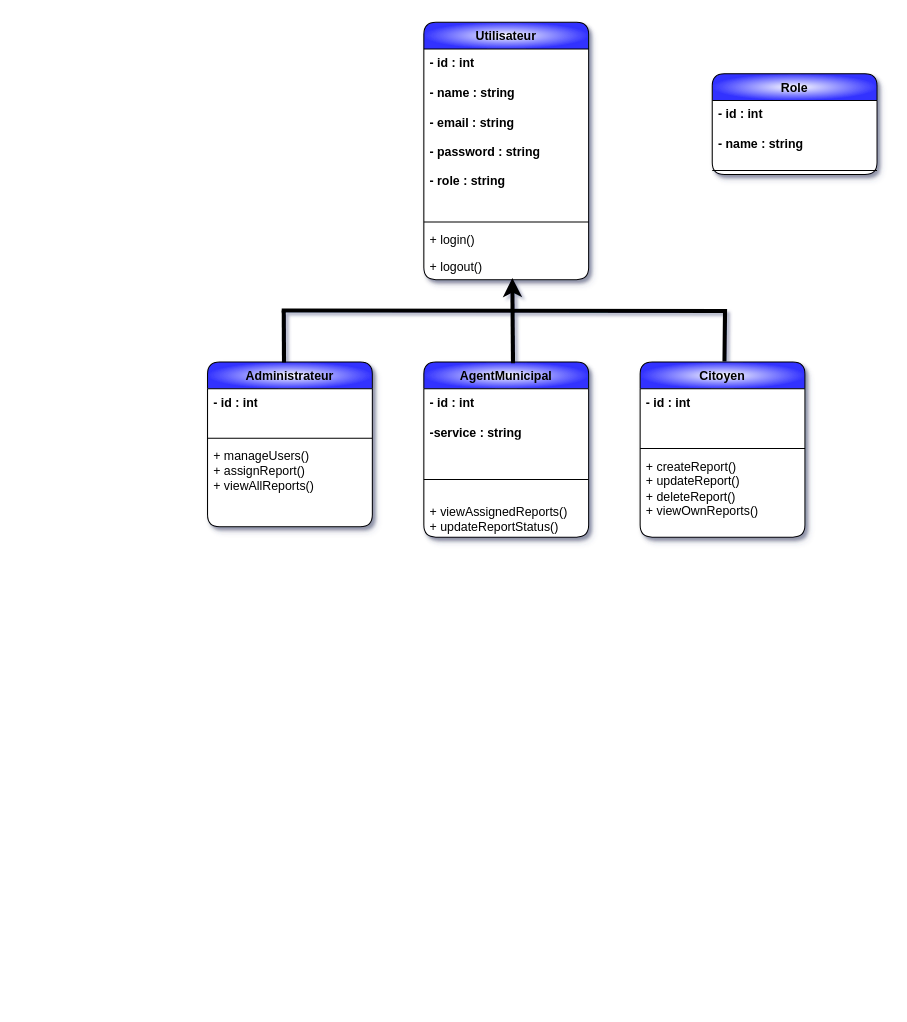
This is Diagramme sans nom.drawio from AyoubKhaoua/-Syst-me-de-Paiement-Orient-Objet, a draw.io file, before an edit. Source tidied: cells renumbered, new cells numbered last; positions are measured from the earlier drawing's top-left corner, leaving out a move shared by most shapes. Both pictures are drawn from the tidied source at 103%, with x=0, y=0 at pixel (207, 22).
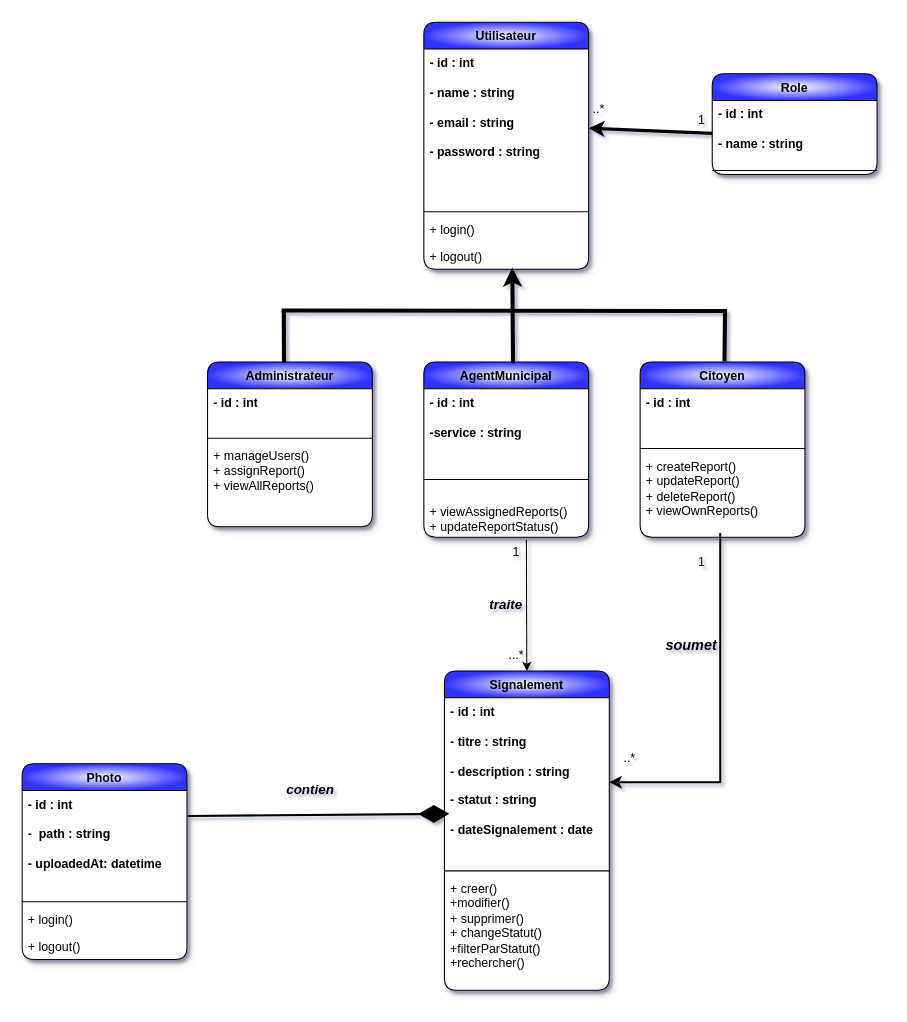
After the change.

The change refers to these unchanged cells:
```xml
<mxCell id="8" value="&lt;b&gt;- id : int&lt;/b&gt;&lt;div&gt;&lt;b&gt;&lt;br&gt;- name : string&lt;/b&gt;&lt;/div&gt;&lt;div&gt;&lt;br&gt;&lt;/div&gt;" style="text;strokeColor=none;fillColor=none;align=left;verticalAlign=top;spacingLeft=4;spacingRight=4;overflow=hidden;points=[[0,0.5],[1,0.5]];portConstraint=eastwest;whiteSpace=wrap;html=1;" parent="7" vertex="1">
  <mxGeometry y="26" width="160" height="64" as="geometry" />
</mxCell>
<mxCell id="13" value="+ createReport()&lt;br&gt;+ updateReport()&lt;br&gt;+ deleteReport()&lt;br&gt;+ viewOwnReports()" style="text;strokeColor=none;fillColor=none;align=left;verticalAlign=top;spacingLeft=4;spacingRight=4;overflow=hidden;points=[[0,0.5],[1,0.5]];portConstraint=eastwest;whiteSpace=wrap;html=1;" parent="10" vertex="1">
  <mxGeometry y="88" width="160" height="82" as="geometry" />
</mxCell>
<mxCell id="17" value="&lt;br&gt;+ viewAssignedReports()&lt;br&gt;+ updateReportStatus()" style="text;strokeColor=none;fillColor=none;align=left;verticalAlign=top;spacingLeft=4;spacingRight=4;overflow=hidden;points=[[0,0.5],[1,0.5]];portConstraint=eastwest;whiteSpace=wrap;html=1;" parent="14" vertex="1">
  <mxGeometry y="118" width="160" height="52" as="geometry" />
</mxCell>
```

What changed in the source:
```diff
@@
     <mxCell id="2" value="Utilisateur" style="swimlane;fontStyle=1;align=center;verticalAlign=top;horizontal=1;startSize=26;whiteSpace=wrap;html=1;rounded=1;shadow=1;gradientColor=#3333FF;swimlaneFillColor=default;gradientDirection=radial;" parent="1" vertex="1">
-      <mxGeometry x="210" width="160" height="250" as="geometry" />
+      <mxGeometry x="210" width="160" height="240" as="geometry" />
     </mxCell>
-    <mxCell id="3" value="&lt;b&gt;- id : int&lt;/b&gt;&lt;div&gt;&lt;b&gt;&lt;br&gt;- name : string&lt;/b&gt;&lt;/div&gt;&lt;div&gt;&lt;b&gt;&lt;br&gt;- email : string&lt;/b&gt;&lt;/div&gt;&lt;div&gt;&lt;b&gt;&lt;br&gt;- password : string&lt;/b&gt;&lt;/div&gt;&lt;div&gt;&lt;b&gt;&lt;br&gt;- role : string&lt;/b&gt;&lt;/div&gt;" style="text;strokeColor=none;fillColor=none;align=left;verticalAlign=top;spacingLeft=4;spacingRight=4;overflow=hidden;points=[[0,0.5],[1,0.5]];portConstraint=eastwest;whiteSpace=wrap;html=1;" parent="2" vertex="1">
-      <mxGeometry y="26" width="160" height="164" as="geometry" />
+    <mxCell id="3" value="&lt;b&gt;- id : int&lt;/b&gt;&lt;div&gt;&lt;b&gt;&lt;br&gt;- name : string&lt;/b&gt;&lt;/div&gt;&lt;div&gt;&lt;b&gt;&lt;br&gt;- email : string&lt;/b&gt;&lt;/div&gt;&lt;div&gt;&lt;b&gt;&lt;br&gt;- password : string&lt;/b&gt;&lt;/div&gt;" style="text;strokeColor=none;fillColor=none;align=left;verticalAlign=top;spacingLeft=4;spacingRight=4;overflow=hidden;points=[[0,0.5],[1,0.5]];portConstraint=eastwest;whiteSpace=wrap;html=1;" parent="2" vertex="1">
+      <mxGeometry y="26" width="160" height="154" as="geometry" />
     </mxCell>
     <mxCell id="4" style="line;strokeWidth=1;fillColor=none;align=left;verticalAlign=middle;spacingTop=-1;spacingLeft=3;spacingRight=3;labelPosition=right;strokeColor=inherit;" parent="2" vertex="1">
-      <mxGeometry y="190" width="160" height="8" as="geometry" />
+      <mxGeometry y="180" width="160" height="8" as="geometry" />
     </mxCell>
     <mxCell id="5" value="+ login()" style="text;strokeColor=none;fillColor=none;align=left;verticalAlign=top;spacingLeft=4;spacingRight=4;overflow=hidden;whiteSpace=wrap;html=1;" parent="2" vertex="1">
-      <mxGeometry y="198" width="160" height="26" as="geometry" />
+      <mxGeometry y="188" width="160" height="26" as="geometry" />
     </mxCell>
     <mxCell id="6" value="+ logout()" style="text;strokeColor=none;fillColor=none;align=left;verticalAlign=top;spacingLeft=4;spacingRight=4;overflow=hidden;points=[[0,0.5],[1,0.5]];portConstraint=eastwest;whiteSpace=wrap;html=1;" parent="2" vertex="1">
-      <mxGeometry y="224" width="160" height="26" as="geometry" />
+      <mxGeometry y="214" width="160" height="26" as="geometry" />
     </mxCell>
@@
+    <mxCell id="25" value="Signalement" style="swimlane;fontStyle=1;align=center;verticalAlign=top;horizontal=1;startSize=26;whiteSpace=wrap;html=1;rounded=1;shadow=1;gradientColor=#3333FF;swimlaneFillColor=default;gradientDirection=radial;" parent="1" vertex="1">
+      <mxGeometry x="230" y="630" width="160" height="310" as="geometry" />
+    </mxCell>
+    <mxCell id="26" value="&lt;b&gt;- id : int&lt;/b&gt;&lt;div&gt;&lt;b&gt;&lt;br&gt;- titre : string&lt;/b&gt;&lt;/div&gt;&lt;div&gt;&lt;b&gt;&lt;br&gt;- description : string&lt;/b&gt;&lt;/div&gt;&lt;div&gt;&lt;b&gt;&lt;br&gt;- statut : string&lt;/b&gt;&lt;/div&gt;&lt;div&gt;&lt;b&gt;&lt;br&gt;- dateSignalement : date&lt;/b&gt;&lt;/div&gt;&lt;div&gt;&lt;b&gt;&lt;br&gt;&lt;/b&gt;&lt;/div&gt;&lt;div&gt;&lt;b&gt;&lt;br&gt;&lt;/b&gt;&lt;/div&gt;" style="text;strokeColor=none;fillColor=none;align=left;verticalAlign=top;spacingLeft=4;spacingRight=4;overflow=hidden;points=[[0,0.5],[1,0.5]];portConstraint=eastwest;whiteSpace=wrap;html=1;" parent="25" vertex="1">
+      <mxGeometry y="26" width="160" height="164" as="geometry" />
+    </mxCell>
+    <mxCell id="27" style="line;strokeWidth=1;fillColor=none;align=left;verticalAlign=middle;spacingTop=-1;spacingLeft=3;spacingRight=3;labelPosition=right;strokeColor=inherit;" parent="25" vertex="1">
+      <mxGeometry y="190" width="160" height="8" as="geometry" />
+    </mxCell>
+    <mxCell id="28" value="+ creer()&lt;div&gt;+modifier()&lt;/div&gt;&lt;div&gt;+ supprimer()&lt;br&gt;+ changeStatut()&lt;br&gt;+filterParStatut()&lt;br&gt;+rechercher()&lt;/div&gt;" style="text;strokeColor=none;fillColor=none;align=left;verticalAlign=top;spacingLeft=4;spacingRight=4;overflow=hidden;whiteSpace=wrap;html=1;" parent="25" vertex="1">
+      <mxGeometry y="198" width="160" height="112" as="geometry" />
+    </mxCell>
+    <mxCell id="29" value="Photo" style="swimlane;fontStyle=1;align=center;verticalAlign=top;horizontal=1;startSize=26;whiteSpace=wrap;html=1;rounded=1;shadow=1;gradientColor=#3333FF;swimlaneFillColor=default;gradientDirection=radial;" parent="1" vertex="1">
+      <mxGeometry x="-180" y="720" width="160" height="190" as="geometry" />
+    </mxCell>
+    <mxCell id="30" value="&lt;b&gt;- id : int&lt;/b&gt;&lt;div&gt;&lt;b&gt;&lt;br&gt;-&amp;nbsp; path : string&lt;/b&gt;&lt;/div&gt;&lt;div&gt;&lt;b&gt;&lt;br&gt;- uploadedAt: datetime&lt;/b&gt;&lt;/div&gt;&lt;div&gt;&lt;b&gt;&lt;br&gt;&lt;/b&gt;&lt;/div&gt;" style="text;strokeColor=none;fillColor=none;align=left;verticalAlign=top;spacingLeft=4;spacingRight=4;overflow=hidden;points=[[0,0.5],[1,0.5]];portConstraint=eastwest;whiteSpace=wrap;html=1;" parent="29" vertex="1">
+      <mxGeometry y="26" width="160" height="104" as="geometry" />
+    </mxCell>
+    <mxCell id="31" style="line;strokeWidth=1;fillColor=none;align=left;verticalAlign=middle;spacingTop=-1;spacingLeft=3;spacingRight=3;labelPosition=right;strokeColor=inherit;" parent="29" vertex="1">
+      <mxGeometry y="130" width="160" height="8" as="geometry" />
+    </mxCell>
+    <mxCell id="32" value="+ login()" style="text;strokeColor=none;fillColor=none;align=left;verticalAlign=top;spacingLeft=4;spacingRight=4;overflow=hidden;whiteSpace=wrap;html=1;" parent="29" vertex="1">
+      <mxGeometry y="138" width="160" height="26" as="geometry" />
+    </mxCell>
+    <mxCell id="33" value="+ logout()" style="text;strokeColor=none;fillColor=none;align=left;verticalAlign=top;spacingLeft=4;spacingRight=4;overflow=hidden;whiteSpace=wrap;html=1;" parent="29" vertex="1">
+      <mxGeometry y="164" width="160" height="26" as="geometry" />
+    </mxCell>
+    <mxCell id="34" style="endArrow=classic;html=1;rounded=0;entryX=1;entryY=0.5;entryDx=0;entryDy=0;exitX=0.486;exitY=0.951;exitDx=0;exitDy=0;edgeStyle=orthogonalEdgeStyle;strokeWidth=2;exitPerimeter=0;" parent="1" edge="1" source="13" target="26">
+      <mxGeometry relative="1" as="geometry">
+        <Array as="points">
+          <mxPoint x="498" y="738" />
+        </Array>
+      </mxGeometry>
+    </mxCell>
+    <mxCell id="35" value="&lt;b&gt;&lt;i&gt;&lt;font style=&quot;font-size: 14px;&quot;&gt;soumet&lt;/font&gt;&lt;/i&gt;&lt;/b&gt;" style="text;html=1;whiteSpace=wrap;strokeColor=none;fillColor=none;align=center;verticalAlign=middle;rounded=0;" parent="1" vertex="1">
+      <mxGeometry x="440" y="590" width="60" height="30" as="geometry" />
+    </mxCell>
+    <mxCell id="36" value="1" style="text;html=1;whiteSpace=wrap;strokeColor=none;fillColor=none;align=center;verticalAlign=middle;rounded=0;" parent="1" vertex="1">
+      <mxGeometry x="450" y="510" width="60" height="30" as="geometry" />
+    </mxCell>
+    <mxCell id="37" value="..*" style="text;html=1;whiteSpace=wrap;strokeColor=none;fillColor=none;align=center;verticalAlign=middle;rounded=0;" parent="1" vertex="1">
+      <mxGeometry x="380" y="700" width="60" height="30" as="geometry" />
+    </mxCell>
+    <mxCell id="38" style="endArrow=classic;html=1;rounded=0;entryX=0.5;entryY=0;entryDx=0;entryDy=0;exitX=0.622;exitY=1.053;exitDx=0;exitDy=0;exitPerimeter=0;" parent="1" edge="1" source="17" target="25">
+      <mxGeometry relative="1" as="geometry" />
+    </mxCell>
+    <mxCell id="39" value="&lt;b&gt;&lt;i&gt;&lt;font style=&quot;font-size: 13px;&quot;&gt;traite&lt;/font&gt;&lt;/i&gt;&lt;/b&gt;" style="text;html=1;whiteSpace=wrap;strokeColor=none;fillColor=none;align=center;verticalAlign=middle;rounded=0;" parent="1" vertex="1">
+      <mxGeometry x="260" y="550" width="60" height="30" as="geometry" />
+    </mxCell>
+    <mxCell id="40" value="1" style="text;html=1;whiteSpace=wrap;strokeColor=none;fillColor=none;align=center;verticalAlign=middle;rounded=0;" parent="1" vertex="1">
+      <mxGeometry x="270" y="500" width="60" height="30" as="geometry" />
+    </mxCell>
+    <mxCell id="41" value="...*" style="text;html=1;whiteSpace=wrap;strokeColor=none;fillColor=none;align=center;verticalAlign=middle;rounded=0;" parent="1" vertex="1">
+      <mxGeometry x="270" y="600" width="60" height="30" as="geometry" />
+    </mxCell>
+    <mxCell id="42" value="&lt;ul class=&quot;method-list&quot; style=&quot;box-sizing: border-box; margin: 0px; padding: 0.4rem 0px; list-style: none; font-family: &amp;quot;Space Mono&amp;quot;, monospace; font-size: medium; text-align: start;&quot;&gt;&lt;li style=&quot;box-sizing: border-box; margin: 0px; padding: 0.22rem 1rem; font-size: 0.68rem; line-height: 1.5; display: flex; align-items: baseline; gap: 0.4rem;&quot;&gt;&lt;span class=&quot;visibility vis-pub&quot; style=&quot;box-sizing: border-box; margin: 0px; padding: 0px; font-weight: 700; min-width: 12px; display: inline-block; text-align: center;&quot;&gt;&lt;br&gt;&lt;/span&gt;&lt;/li&gt;&lt;/ul&gt;" style="text;html=1;whiteSpace=wrap;strokeColor=none;fillColor=none;align=center;verticalAlign=middle;rounded=0;" parent="1" vertex="1">
+      <mxGeometry x="-70" y="700" width="60" height="30" as="geometry" />
+    </mxCell>
+    <mxCell id="43" style="endArrow=diamondThin;endFill=1;endSize=24;html=1;rounded=0;entryX=0.029;entryY=0.687;entryDx=0;entryDy=0;entryPerimeter=0;exitX=1.004;exitY=0.237;exitDx=0;exitDy=0;exitPerimeter=0;strokeWidth=2;" parent="1" edge="1" source="30" target="26">
+      <mxGeometry relative="1" as="geometry" />
+    </mxCell>
+    <mxCell id="44" style="endArrow=classic;html=1;rounded=0;entryX=1;entryY=0.5;entryDx=0;entryDy=0;exitX=0;exitY=0.5;exitDx=0;exitDy=0;strokeWidth=3;" parent="1" edge="1" source="8" target="3">
+      <mxGeometry relative="1" as="geometry" />
+    </mxCell>
+    <mxCell id="45" value="..*" style="text;html=1;whiteSpace=wrap;strokeColor=none;fillColor=none;align=center;verticalAlign=middle;rounded=0;" parent="1" vertex="1">
+      <mxGeometry x="350" y="70" width="60" height="30" as="geometry" />
+    </mxCell>
+    <mxCell id="46" value="1" style="text;html=1;whiteSpace=wrap;strokeColor=none;fillColor=none;align=center;verticalAlign=middle;rounded=0;" parent="1" vertex="1">
+      <mxGeometry x="450" y="80" width="60" height="30" as="geometry" />
+    </mxCell>
+    <mxCell id="47" value="&lt;font style=&quot;font-size: 13px;&quot;&gt;&lt;i&gt;&lt;b&gt;contien&lt;/b&gt;&lt;/i&gt;&lt;/font&gt;" style="text;html=1;whiteSpace=wrap;strokeColor=none;fillColor=none;align=center;verticalAlign=middle;rounded=0;" parent="1" vertex="1">
+      <mxGeometry x="70" y="730" width="60" height="30" as="geometry" />
+    </mxCell>
```
